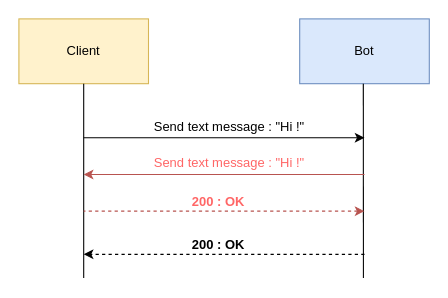
Before: doc/schemas/first.drawio in LGouellec/mug-chatbot, a draw.io diagram. Source tidied: cells renumbered, new cells numbered last; positions are measured from the earlier drawing's top-left corner, leaving out a move shared by most shapes. Both pictures are drawn from the tidied source at 108%, with x=0, y=0 at pixel (18, 18).
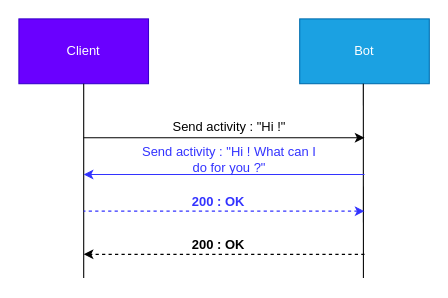
Above is the later version.

What changed in the source:
```diff
@@
 <mxGraphModel>
   <root>
     <mxCell id="0" />
     <mxCell id="1" parent="0" />
-    <mxCell id="2" value="Bot" style="rounded=0;whiteSpace=wrap;html=1;fillColor=#dae8fc;strokeColor=#6c8ebf;" parent="1" vertex="1">
+    <mxCell id="2" value="Bot" style="rounded=0;whiteSpace=wrap;html=1;fillColor=#1ba1e2;strokeColor=#006EAF;fontColor=#ffffff;" parent="1" vertex="1">
       <mxGeometry x="260" width="120" height="60" as="geometry" />
     </mxCell>
-    <mxCell id="3" value="Client" style="rounded=0;whiteSpace=wrap;html=1;fillColor=#fff2cc;strokeColor=#d6b656;" parent="1" vertex="1">
+    <mxCell id="3" value="Client" style="rounded=0;whiteSpace=wrap;html=1;fillColor=#6a00ff;strokeColor=#3700CC;fontColor=#ffffff;" parent="1" vertex="1">
       <mxGeometry width="120" height="60" as="geometry" />
     </mxCell>
     <mxCell id="4" style="endArrow=none;html=1;" parent="1" edge="1" target="3">
       <mxGeometry relative="1" as="geometry">
         <mxPoint x="60" y="240" as="sourcePoint" />
       </mxGeometry>
     </mxCell>
     <mxCell id="5" style="endArrow=none;html=1;" parent="1" edge="1">
       <mxGeometry relative="1" as="geometry">
         <mxPoint x="319" y="240" as="sourcePoint" />
         <mxPoint x="318.9" y="60" as="targetPoint" />
       </mxGeometry>
     </mxCell>
     <mxCell id="6" style="endArrow=classic;html=1;" parent="1" edge="1">
       <mxGeometry relative="1" as="geometry">
         <mxPoint x="60" y="110" as="sourcePoint" />
         <mxPoint x="320" y="110" as="targetPoint" />
       </mxGeometry>
     </mxCell>
     <mxCell id="7" style="endArrow=classic;html=1;dashed=1;" parent="1" edge="1">
       <mxGeometry relative="1" as="geometry">
         <mxPoint x="320" y="218" as="sourcePoint" />
         <mxPoint x="60" y="218" as="targetPoint" />
       </mxGeometry>
     </mxCell>
-    <mxCell id="8" value="Send text message : &quot;Hi !&quot;" style="text;html=1;strokeColor=none;fillColor=none;align=center;verticalAlign=middle;whiteSpace=wrap;rounded=0;" parent="1" vertex="1">
+    <mxCell id="8" value="Send activity : &quot;Hi !&quot;" style="text;html=1;strokeColor=none;fillColor=none;align=center;verticalAlign=middle;whiteSpace=wrap;rounded=0;" parent="1" vertex="1">
       <mxGeometry x="110" y="90" width="170" height="20" as="geometry" />
     </mxCell>
     <mxCell id="9" value="&lt;b&gt;200 : OK&lt;/b&gt;" style="text;html=1;strokeColor=none;fillColor=none;align=center;verticalAlign=middle;whiteSpace=wrap;rounded=0;" parent="1" vertex="1">
       <mxGeometry x="150" y="200" width="70" height="20" as="geometry" />
     </mxCell>
-    <mxCell id="10" style="endArrow=classic;html=1;fillColor=#f8cecc;strokeColor=#b85450;" parent="1" edge="1">
+    <mxCell id="10" style="endArrow=classic;html=1;fillColor=#f8cecc;strokeColor=#3333FF;" parent="1" edge="1">
       <mxGeometry relative="1" as="geometry">
         <mxPoint x="320" y="144" as="sourcePoint" />
         <mxPoint x="60" y="144" as="targetPoint" />
       </mxGeometry>
     </mxCell>
-    <mxCell id="11" value="Send text message : &quot;Hi !&quot;" style="text;html=1;align=center;verticalAlign=middle;whiteSpace=wrap;rounded=0;fontColor=#FF6666;" parent="1" vertex="1">
-      <mxGeometry x="110" y="124" width="170" height="20" as="geometry" />
+    <mxCell id="11" value="&lt;font color=&quot;#3333FF&quot;&gt;Send activity : &quot;Hi ! What can I do for you ?&quot;&lt;/font&gt;" style="text;html=1;align=center;verticalAlign=middle;whiteSpace=wrap;rounded=0;fontColor=#FF6666;" parent="1" vertex="1">
+      <mxGeometry x="110" y="120" width="170" height="20" as="geometry" />
     </mxCell>
-    <mxCell id="12" style="endArrow=none;html=1;dashed=1;startArrow=classic;startFill=1;endFill=0;fillColor=#f8cecc;strokeColor=#b85450;" parent="1" edge="1">
+    <mxCell id="12" style="endArrow=none;html=1;dashed=1;startArrow=classic;startFill=1;endFill=0;fillColor=#f8cecc;strokeColor=#3333FF;" parent="1" edge="1">
       <mxGeometry relative="1" as="geometry">
         <mxPoint x="320" y="178" as="sourcePoint" />
         <mxPoint x="60" y="178" as="targetPoint" />
       </mxGeometry>
     </mxCell>
-    <mxCell id="13" value="&lt;b&gt;200 : OK&lt;/b&gt;" style="text;html=1;align=center;verticalAlign=middle;whiteSpace=wrap;rounded=0;fontColor=#FF6666;" parent="1" vertex="1">
+    <mxCell id="13" value="&lt;font color=&quot;#3333FF&quot;&gt;&lt;b&gt;200 : OK&lt;/b&gt;&lt;/font&gt;" style="text;html=1;align=center;verticalAlign=middle;whiteSpace=wrap;rounded=0;fontColor=#FF6666;" parent="1" vertex="1">
       <mxGeometry x="150" y="160" width="70" height="20" as="geometry" />
     </mxCell>
   </root>
 </mxGraphModel>
```
